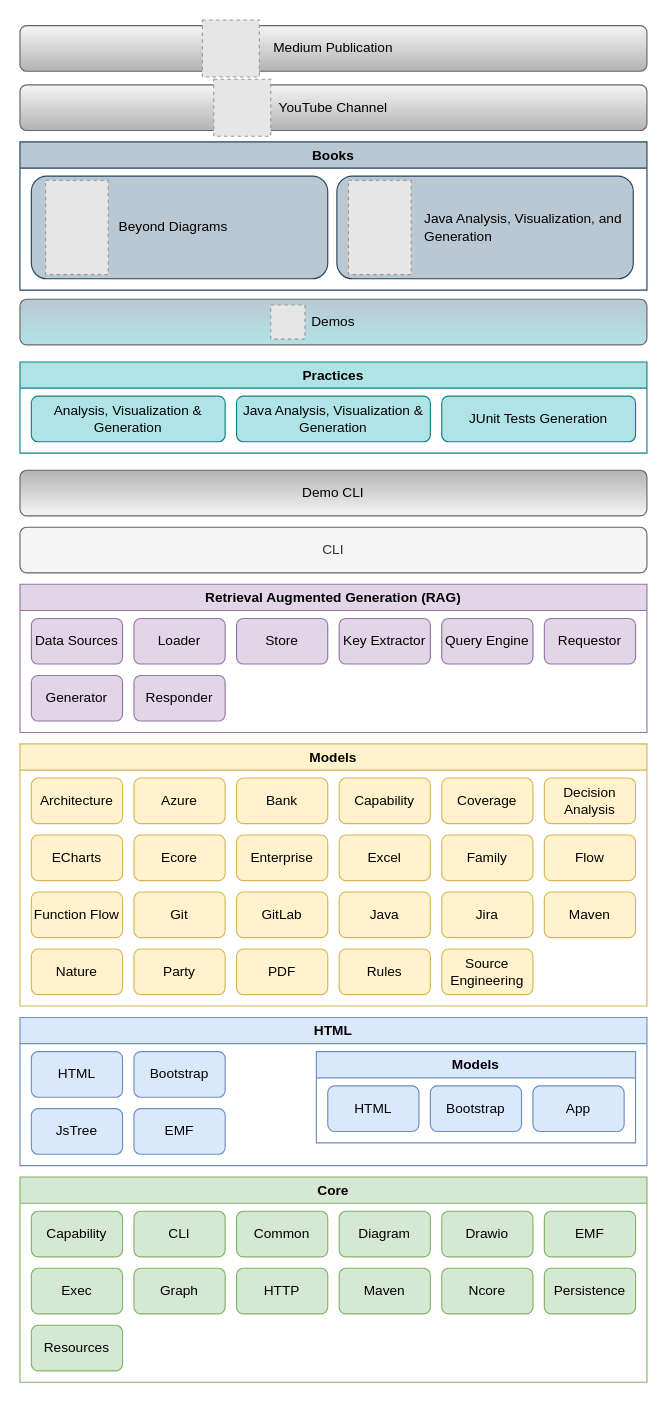
Before: model/nasdanika.drawio in Nasdanika/nasdanika.github.io, a draw.io diagram. Source tidied: cells renumbered, new cells numbered last; positions are measured from the earlier drawing's top-left corner, leaving out a move shared by most shapes. Both pictures are drawn from the tidied source at 114%, with x=0, y=0 at pixel (19, 19). Pictures stored in the file or linked from it are replaced by grey dashed boxes.
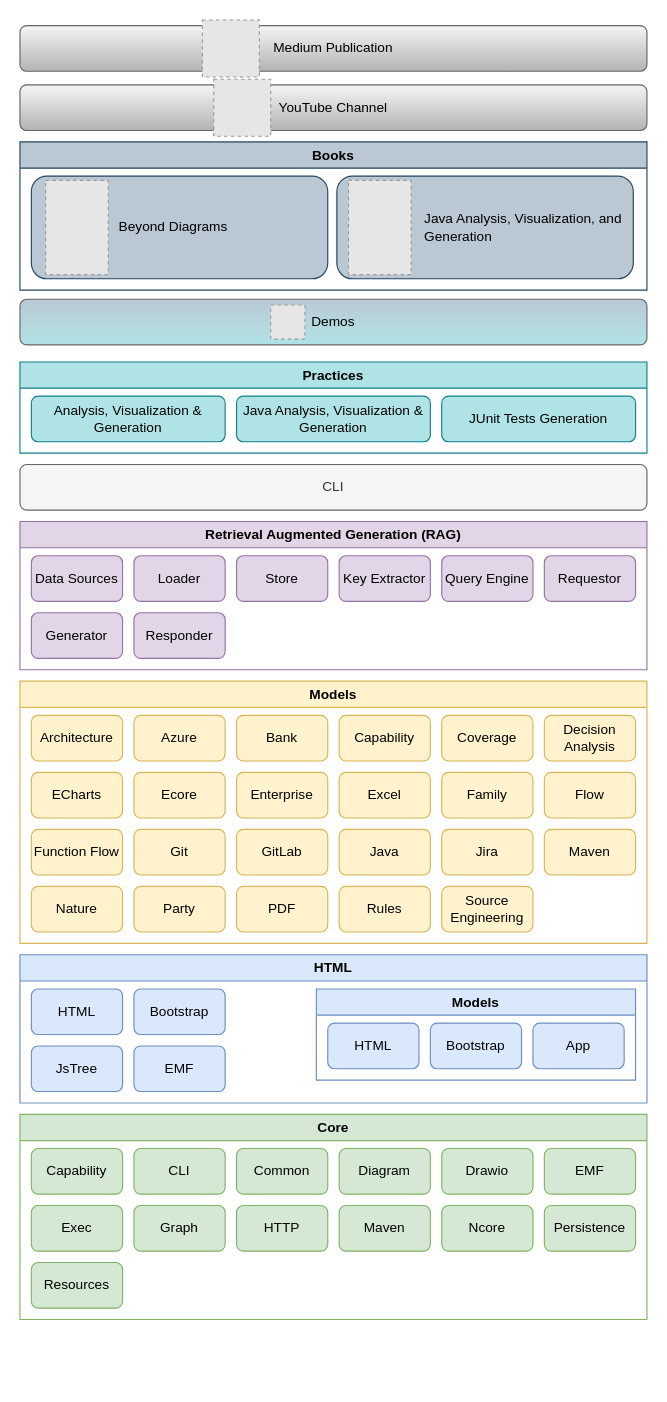
After the change.

Change to the diagram source:
```diff
@@
     <mxCell id="2" value="Core" style="swimlane;whiteSpace=wrap;html=1;fillColor=#d5e8d4;strokeColor=#82b366;" parent="1" vertex="1">
-      <mxGeometry y="1015" width="550" height="180" as="geometry" />
+      <mxGeometry y="960" width="550" height="180" as="geometry" />
     </mxCell>
@@
     <mxCell id="16" value="HTML" style="swimlane;whiteSpace=wrap;html=1;fillColor=#dae8fc;strokeColor=#6c8ebf;" parent="1" vertex="1">
-      <mxGeometry y="875" width="550" height="130" as="geometry" />
+      <mxGeometry y="820" width="550" height="130" as="geometry" />
     </mxCell>
@@
     <mxCell id="25" value="Models" style="swimlane;whiteSpace=wrap;html=1;fillColor=#fff2cc;strokeColor=#d6b656;" parent="1" vertex="1">
-      <mxGeometry y="635" width="550" height="230" as="geometry" />
+      <mxGeometry y="580" width="550" height="230" as="geometry" />
     </mxCell>
@@
     <mxCell id="49" value="Retrieval Augmented Generation (RAG)" style="swimlane;whiteSpace=wrap;html=1;fillColor=#e1d5e7;strokeColor=#9673a6;" parent="1" vertex="1">
-      <mxGeometry y="495" width="550" height="130" as="geometry" />
+      <mxGeometry y="440" width="550" height="130" as="geometry" />
     </mxCell>
@@
     <mxCell id="67" value="CLI" style="rounded=1;whiteSpace=wrap;html=1;fillColor=#f5f5f5;strokeColor=#666666;fontColor=#333333;" parent="1" vertex="1">
-      <mxGeometry y="445" width="550" height="40" as="geometry" />
+      <mxGeometry y="390" width="550" height="40" as="geometry" />
     </mxCell>
@@
-    <mxCell id="69" value="Demo CLI" style="rounded=1;whiteSpace=wrap;html=1;fillColor=#f5f5f5;strokeColor=#666666;gradientColor=#b3b3b3;gradientDirection=north;" parent="1" vertex="1">
-      <mxGeometry y="395" width="550" height="40" as="geometry" />
-    </mxCell>
```
